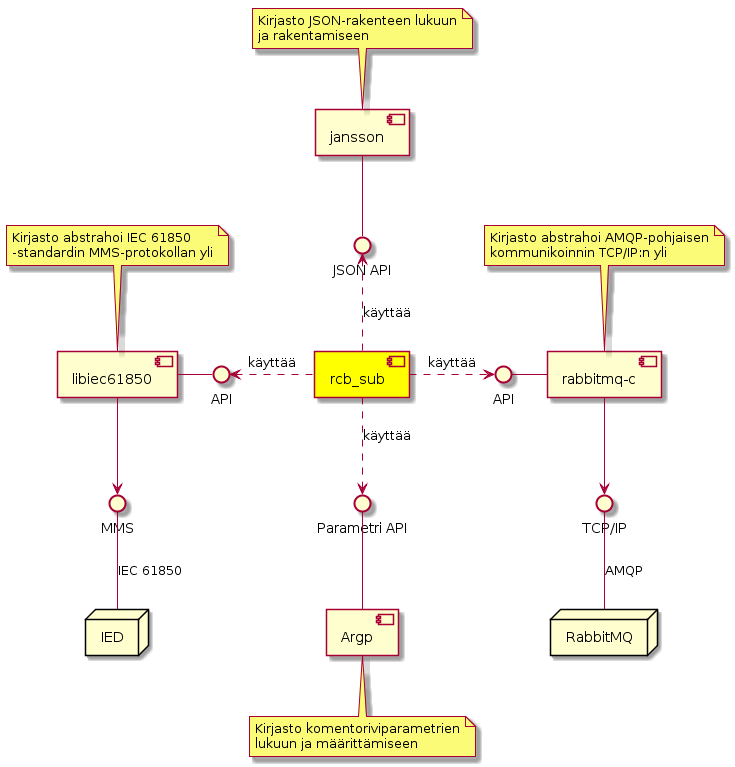
Earlier version of the PlantUML export pictures/rcb-sub-component-diagram.png (Kazhuu/tut_master_thesis).
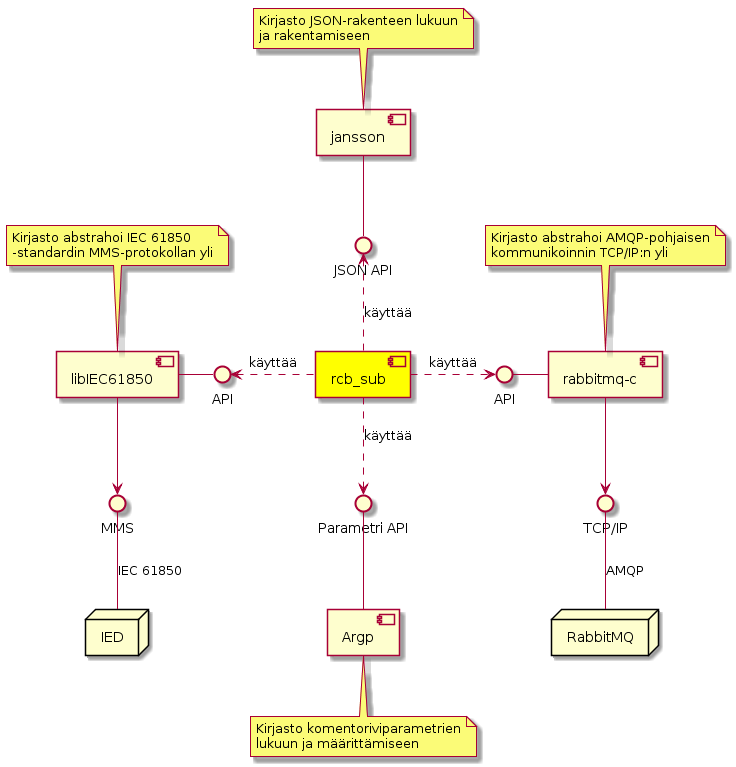
After the commit.

Diff of the diagram source:
```diff
@@ -5,7 +5,7 @@
 node RabbitMQ as mq
 component rcb_sub as rcbsub #Yellow
 component jansson as jansson
-component libiec61850 as libiec
+component libIEC61850 as libiec
 component [rabbitmq-c] as mqc
 component Argp as argp
 
```
